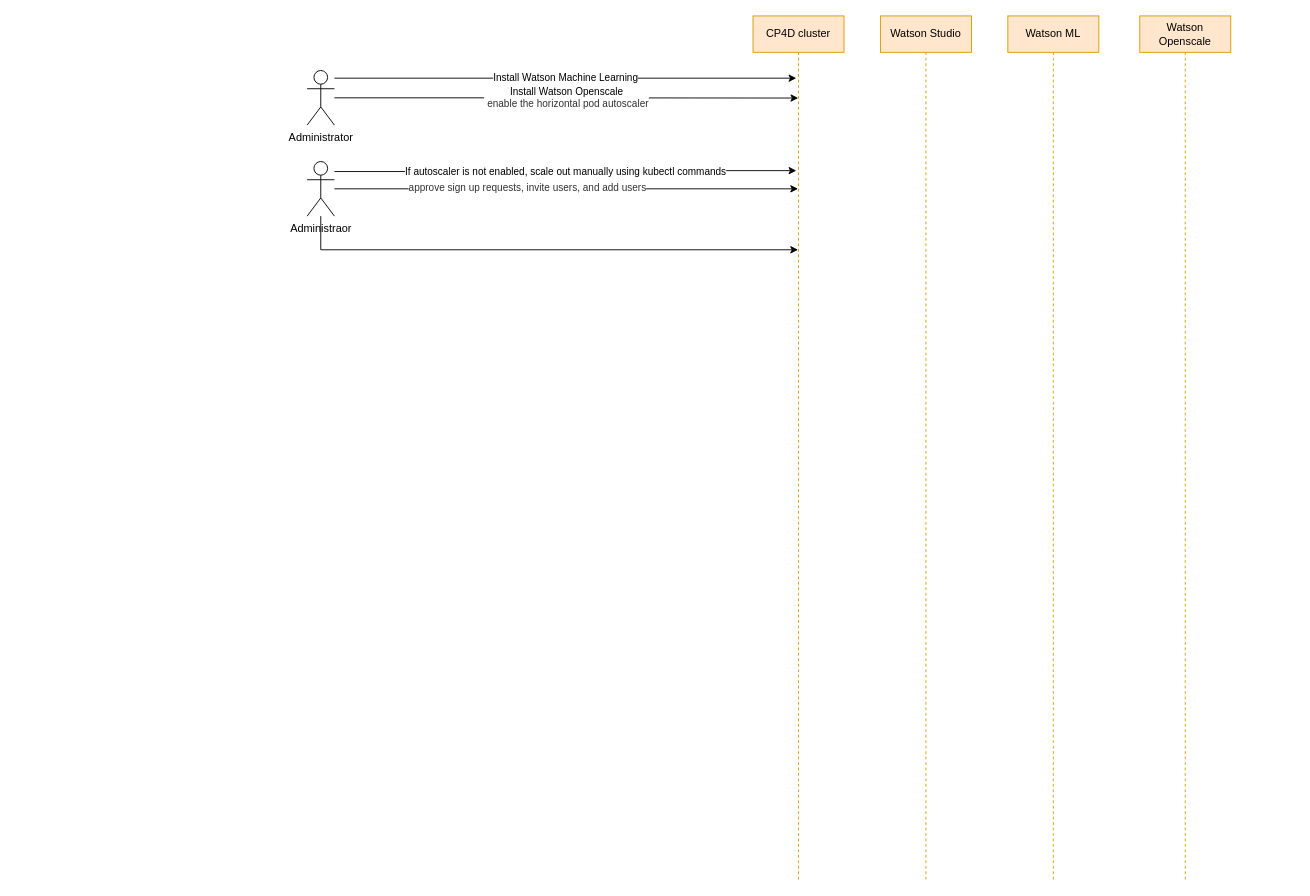
Above: openscale.drawio in kanchantewary/CloudPakForData (draw.io), before the change. Source tidied: cells renumbered, new cells numbered last; positions are measured from the earlier drawing's top-left corner, leaving out a move shared by most shapes. Both pictures are drawn from the tidied source at 91%, with x=0, y=0 at pixel (307, 15).
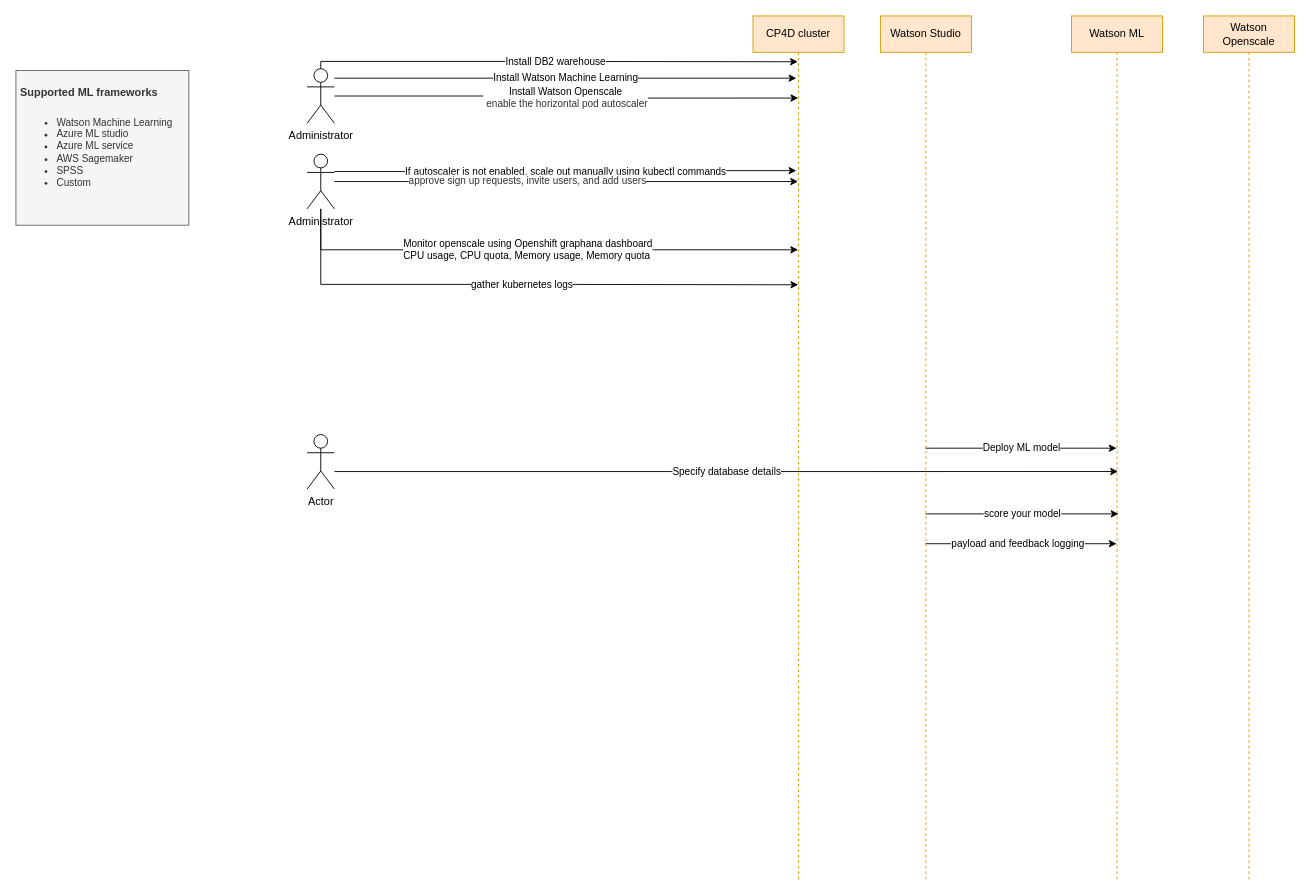
The same diagram, later.

Unchanged cells that the change refers to:
```xml
<mxCell id="4" value="Watson Studio" style="shape=umlLifeline;perimeter=lifelinePerimeter;whiteSpace=wrap;html=1;outlineConnect=0;fillColor=#ffe6cc;strokeColor=#d79b00;" parent="1" vertex="1">
  <mxGeometry x="630" width="100" height="950" as="geometry" />
</mxCell>
<mxCell id="5" value="CP4D cluster" style="shape=umlLifeline;perimeter=lifelinePerimeter;whiteSpace=wrap;html=1;outlineConnect=0;fillColor=#ffe6cc;strokeColor=#d79b00;" parent="1" vertex="1">
  <mxGeometry x="490" width="100" height="950" as="geometry" />
</mxCell>
<mxCell id="12" style="edgeStyle=orthogonalEdgeStyle;rounded=0;jettySize=auto;html=1;" parent="1" edge="1" source="13" target="5">
  <mxGeometry relative="1" as="geometry">
    <Array as="points">
      <mxPoint x="15" y="257" />
    </Array>
  </mxGeometry>
</mxCell>
```

Change to the diagram source:
```diff
@@
     <mxCell id="2" value="Watson Openscale" style="shape=umlLifeline;perimeter=lifelinePerimeter;whiteSpace=wrap;html=1;fillColor=#ffe6cc;strokeColor=#d79b00;" parent="1" vertex="1">
-      <mxGeometry x="915" width="100" height="950" as="geometry" />
+      <mxGeometry x="985" width="100" height="950" as="geometry" />
     </mxCell>
     <mxCell id="3" value="Watson ML" style="shape=umlLifeline;perimeter=lifelinePerimeter;whiteSpace=wrap;html=1;outlineConnect=0;fillColor=#ffe6cc;strokeColor=#d79b00;" parent="1" vertex="1">
-      <mxGeometry x="770" width="100" height="950" as="geometry" />
+      <mxGeometry x="840" width="100" height="950" as="geometry" />
     </mxCell>
+    <mxCell id="14" value="Deploy ML model" style="edgeStyle=orthogonalEdgeStyle;rounded=0;jettySize=auto;html=1;" parent="1" edge="1" source="4" target="3">
+      <mxGeometry relative="1" as="geometry">
+        <Array as="points">
+          <mxPoint x="700" y="520" />
+          <mxPoint x="700" y="520" />
+        </Array>
+      </mxGeometry>
+    </mxCell>
+    <mxCell id="15" value="score your model" style="edgeStyle=orthogonalEdgeStyle;rounded=0;jettySize=auto;html=1;entryX=0.516;entryY=0.576;entryDx=0;entryDy=0;entryPerimeter=0;" parent="1" edge="1" source="4" target="3">
+      <mxGeometry relative="1" as="geometry">
+        <Array as="points">
+          <mxPoint x="730" y="547" />
+          <mxPoint x="730" y="547" />
+        </Array>
+      </mxGeometry>
+    </mxCell>
+    <mxCell id="16" value="payload and feedback logging" style="edgeStyle=orthogonalEdgeStyle;rounded=0;jettySize=auto;html=1;" parent="1" edge="1" source="4" target="3">
+      <mxGeometry x="-0.04" relative="1" as="geometry">
+        <Array as="points">
+          <mxPoint x="770" y="580" />
+          <mxPoint x="770" y="580" />
+        </Array>
+      </mxGeometry>
+    </mxCell>
@@
+    <mxCell id="17" value="Install DB2 warehouse" style="edgeStyle=orthogonalEdgeStyle;rounded=0;jettySize=auto;html=1;entryX=0.492;entryY=0.053;entryDx=0;entryDy=0;entryPerimeter=0;" parent="1" edge="1" source="8" target="5">
+      <mxGeometry relative="1" as="geometry">
+        <Array as="points">
+          <mxPoint x="15" y="50" />
+          <mxPoint x="260" y="50" />
+        </Array>
+      </mxGeometry>
+    </mxCell>
     <mxCell id="8" value="Administrator" style="shape=umlActor;verticalLabelPosition=bottom;verticalAlign=top;html=1;" parent="1" vertex="1">
-      <mxGeometry y="60" width="30" height="60" as="geometry" />
+      <mxGeometry y="58" width="30" height="60" as="geometry" />
     </mxCell>
@@
+    <mxCell id="18" value="Monitor openscale using Openshift graphana dashboard&lt;br&gt;CPU usage, CPU quota, Memory usage, Memory quota" style="edgeLabel;html=1;align=left;verticalAlign=middle;" parent="12" vertex="1">
+      <mxGeometry x="-0.38" y="1" relative="1" as="geometry">
+        <mxPoint x="-42.8" as="offset" />
+      </mxGeometry>
+    </mxCell>
+    <mxCell id="19" value="gather kubernetes logs" style="edgeStyle=orthogonalEdgeStyle;rounded=0;jettySize=auto;html=1;entryX=0.497;entryY=0.311;entryDx=0;entryDy=0;entryPerimeter=0;" parent="1" edge="1" source="13" target="5">
+      <mxGeometry relative="1" as="geometry">
+        <Array as="points">
+          <mxPoint x="15" y="295" />
+          <mxPoint x="260" y="295" />
+        </Array>
+      </mxGeometry>
+    </mxCell>
-    <mxCell id="13" value="Administraor" style="shape=umlActor;verticalLabelPosition=bottom;verticalAlign=top;html=1;" parent="1" vertex="1">
-      <mxGeometry y="160" width="30" height="60" as="geometry" />
+    <mxCell id="13" value="Administrator" style="shape=umlActor;verticalLabelPosition=bottom;verticalAlign=top;html=1;" parent="1" vertex="1">
+      <mxGeometry y="152" width="30" height="60" as="geometry" />
     </mxCell>
+    <mxCell id="20" value="&lt;h1&gt;&lt;font style=&quot;font-size: 12px&quot;&gt;Supported ML frameworks&lt;/font&gt;&lt;/h1&gt;&lt;p&gt;&lt;/p&gt;&lt;ul style=&quot;font-size: 11px&quot;&gt;&lt;li&gt;Watson Machine Learning&lt;/li&gt;&lt;li&gt;Azure ML studio&lt;/li&gt;&lt;li&gt;Azure ML service&lt;/li&gt;&lt;li&gt;AWS Sagemaker&lt;/li&gt;&lt;li&gt;SPSS&lt;/li&gt;&lt;li&gt;Custom&lt;/li&gt;&lt;/ul&gt;&lt;p&gt;&lt;/p&gt;" style="text;html=1;strokeColor=#666666;fillColor=#f5f5f5;spacing=5;spacingTop=-20;whiteSpace=wrap;overflow=hidden;rounded=0;fontColor=#333333;" parent="1" vertex="1">
+      <mxGeometry x="-320" y="60" width="190" height="170" as="geometry" />
+    </mxCell>
+    <mxCell id="21" value="Specify database details" style="edgeStyle=orthogonalEdgeStyle;rounded=0;jettySize=auto;html=1;entryX=0.511;entryY=0.527;entryDx=0;entryDy=0;entryPerimeter=0;" parent="1" edge="1" source="22" target="3">
+      <mxGeometry relative="1" as="geometry">
+        <Array as="points">
+          <mxPoint x="400" y="501" />
+        </Array>
+      </mxGeometry>
+    </mxCell>
+    <mxCell id="22" value="Actor" style="shape=umlActor;verticalLabelPosition=bottom;verticalAlign=top;html=1;outlineConnect=0;" parent="1" vertex="1">
+      <mxGeometry y="460" width="30" height="60" as="geometry" />
+    </mxCell>
```
